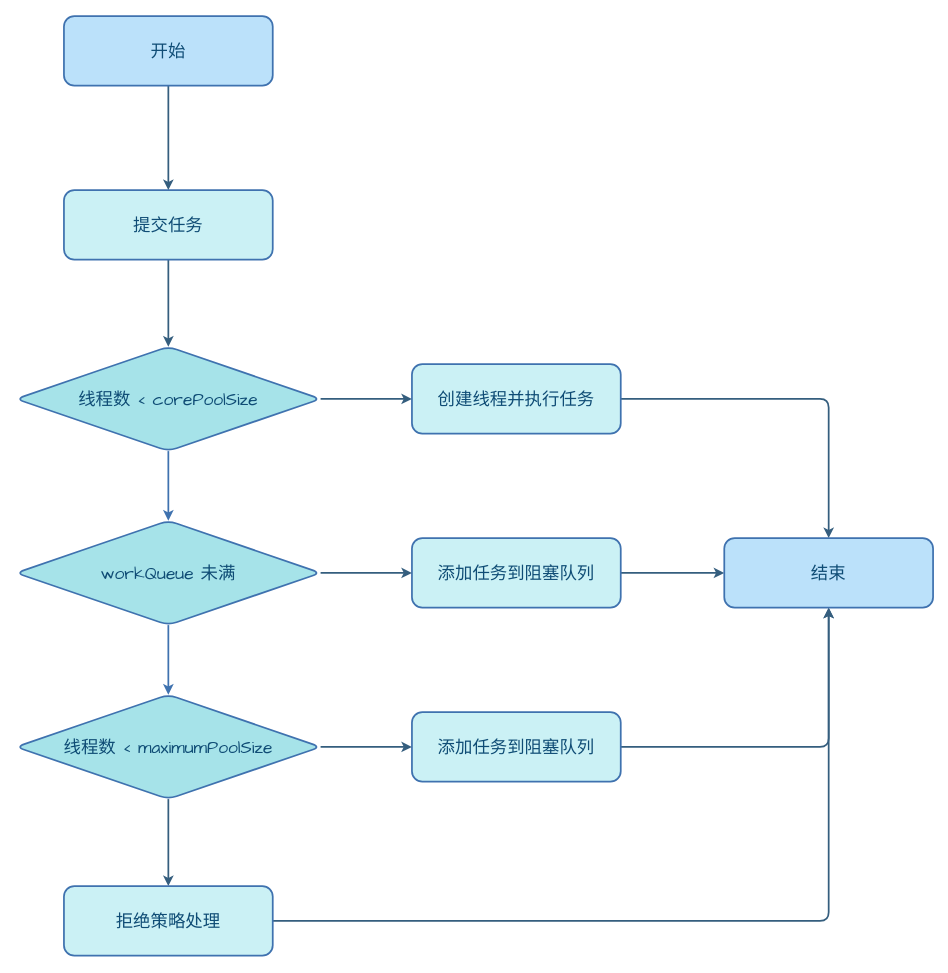
This is page "线程池流程控制" (1 of 2) of assets/Java/JavaCore/并发/Java并发之线程池.drawio from dunwu/waterdrop, a draw.io file, before an edit. Source tidied: cells renumbered, new cells numbered last; positions are measured from the earlier drawing's top-left corner, leaving out a move shared by most shapes. Both pictures are drawn from the tidied source at 87%, with x=0, y=0 at pixel (16, 16).
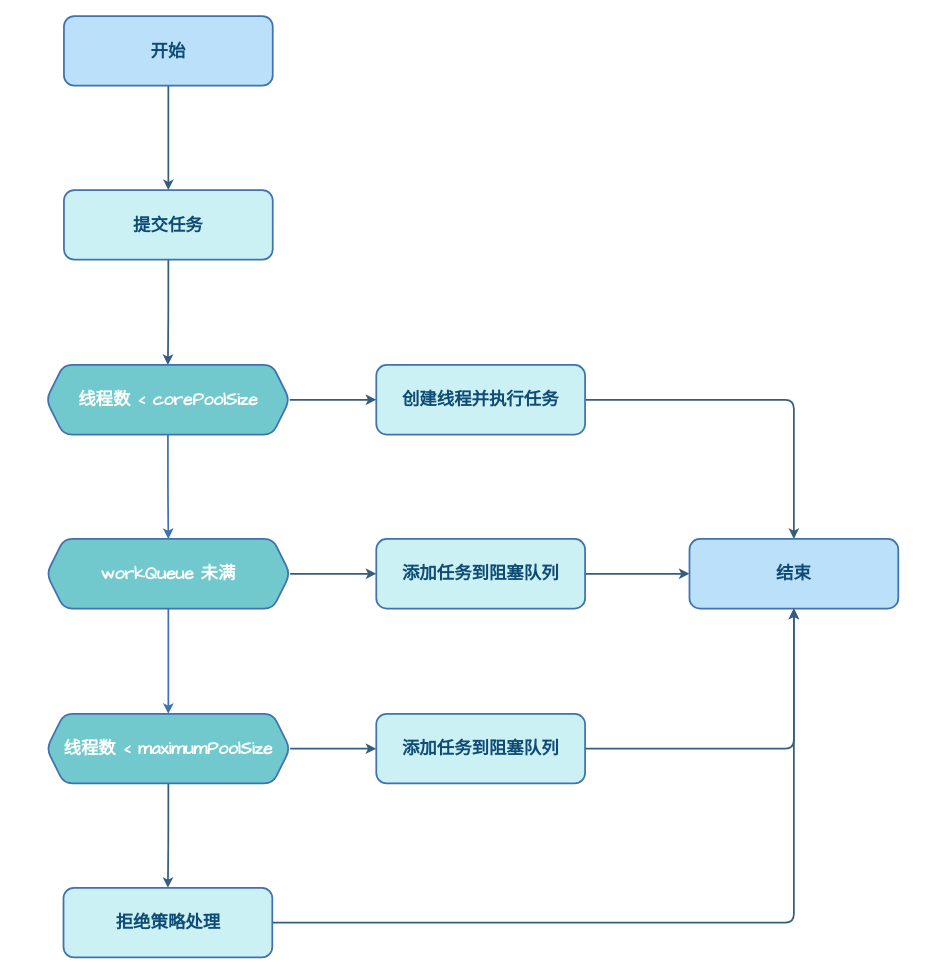
After the change.

The edit, as a diff of the source:
```diff
@@
-    <mxCell id="2" style="edgeStyle=orthogonalEdgeStyle;shape=connector;rounded=1;jettySize=auto;html=1;entryX=0.5;entryY=0;entryDx=0;entryDy=0;shadow=0;labelBackgroundColor=default;strokeColor=#355E7E;strokeWidth=2;align=center;verticalAlign=middle;fontFamily=Comic Sans MS;fontSize=20;fontColor=#0F4C75;endArrow=classic;" parent="1" edge="1" source="3" target="23">
+    <mxCell id="2" style="edgeStyle=orthogonalEdgeStyle;shape=connector;rounded=1;jettySize=auto;html=1;entryX=0.5;entryY=0;entryDx=0;entryDy=0;shadow=0;labelBackgroundColor=default;strokeColor=#355E7E;strokeWidth=2;align=center;verticalAlign=middle;fontFamily=Comic Sans MS;fontSize=20;fontColor=#0F4C75;endArrow=classic;fontStyle=1;" parent="1" edge="1" source="3" target="23">
       <mxGeometry relative="1" as="geometry" />
     </mxCell>
-    <mxCell id="3" value="创建线程并执行任务" style="rounded=1;whiteSpace=wrap;html=1;fillColor=#CBF1F5;strokeColor=#3F72AF;shadow=0;fontFamily=Comic Sans MS;fontStyle=0;fontSize=20;fontColor=#0F4C75;strokeWidth=2;" parent="1" vertex="1">
-      <mxGeometry x="455" y="400" width="240" height="80" as="geometry" />
+    <mxCell id="3" value="创建线程并执行任务" style="rounded=1;whiteSpace=wrap;html=1;fillColor=#CBF1F5;strokeColor=#3F72AF;shadow=0;fontFamily=Comic Sans MS;fontStyle=1;fontSize=20;fontColor=#0F4C75;strokeWidth=2;" parent="1" vertex="1">
+      <mxGeometry x="414" y="401" width="240" height="80" as="geometry" />
     </mxCell>
-    <mxCell id="4" style="edgeStyle=orthogonalEdgeStyle;shape=connector;rounded=1;jettySize=auto;html=1;shadow=0;labelBackgroundColor=default;strokeColor=#355E7E;strokeWidth=2;align=center;verticalAlign=middle;fontFamily=Comic Sans MS;fontSize=20;fontColor=#0F4C75;endArrow=classic;" parent="1" edge="1" source="5" target="23">
+    <mxCell id="4" style="edgeStyle=orthogonalEdgeStyle;shape=connector;rounded=1;jettySize=auto;html=1;shadow=0;labelBackgroundColor=default;strokeColor=#355E7E;strokeWidth=2;align=center;verticalAlign=middle;fontFamily=Comic Sans MS;fontSize=20;fontColor=#0F4C75;endArrow=classic;fontStyle=1;" parent="1" edge="1" source="5" target="23">
       <mxGeometry relative="1" as="geometry" />
     </mxCell>
-    <mxCell id="5" value="添加任务到阻塞队列" style="rounded=1;whiteSpace=wrap;html=1;fillColor=#CBF1F5;strokeColor=#3F72AF;shadow=0;fontFamily=Comic Sans MS;fontStyle=0;fontSize=20;fontColor=#0F4C75;strokeWidth=2;" parent="1" vertex="1">
-      <mxGeometry x="455" y="600" width="240" height="80" as="geometry" />
+    <mxCell id="5" value="添加任务到阻塞队列" style="rounded=1;whiteSpace=wrap;html=1;fillColor=#CBF1F5;strokeColor=#3F72AF;shadow=0;fontFamily=Comic Sans MS;fontStyle=1;fontSize=20;fontColor=#0F4C75;strokeWidth=2;" parent="1" vertex="1">
+      <mxGeometry x="414" y="601" width="240" height="80" as="geometry" />
     </mxCell>
-    <mxCell id="6" style="edgeStyle=orthogonalEdgeStyle;shape=connector;rounded=1;jettySize=auto;html=1;entryX=0.5;entryY=1;entryDx=0;entryDy=0;shadow=0;labelBackgroundColor=default;strokeColor=#355E7E;strokeWidth=2;align=center;verticalAlign=middle;fontFamily=Comic Sans MS;fontSize=20;fontColor=#0F4C75;endArrow=classic;" parent="1" edge="1" source="7" target="23">
+    <mxCell id="6" style="edgeStyle=orthogonalEdgeStyle;shape=connector;rounded=1;jettySize=auto;html=1;entryX=0.5;entryY=1;entryDx=0;entryDy=0;shadow=0;labelBackgroundColor=default;strokeColor=#355E7E;strokeWidth=2;align=center;verticalAlign=middle;fontFamily=Comic Sans MS;fontSize=20;fontColor=#0F4C75;endArrow=classic;fontStyle=1;" parent="1" edge="1" source="7" target="23">
       <mxGeometry relative="1" as="geometry" />
     </mxCell>
-    <mxCell id="7" value="添加任务到阻塞队列" style="rounded=1;whiteSpace=wrap;html=1;fillColor=#CBF1F5;strokeColor=#3F72AF;shadow=0;fontFamily=Comic Sans MS;fontStyle=0;fontSize=20;fontColor=#0F4C75;strokeWidth=2;" parent="1" vertex="1">
-      <mxGeometry x="455" y="800" width="240" height="80" as="geometry" />
+    <mxCell id="7" value="添加任务到阻塞队列" style="rounded=1;whiteSpace=wrap;html=1;fillColor=#CBF1F5;strokeColor=#3F72AF;shadow=0;fontFamily=Comic Sans MS;fontStyle=1;fontSize=20;fontColor=#0F4C75;strokeWidth=2;" parent="1" vertex="1">
+      <mxGeometry x="414" y="802" width="240" height="80" as="geometry" />
     </mxCell>
-    <mxCell id="8" style="edgeStyle=orthogonalEdgeStyle;shape=connector;rounded=1;jettySize=auto;html=1;shadow=0;labelBackgroundColor=default;strokeColor=#3F72AF;strokeWidth=2;align=center;verticalAlign=middle;fontFamily=Comic Sans MS;fontSize=20;fontColor=#0F4C75;endArrow=classic;" parent="1" edge="1" source="10" target="13">
+    <mxCell id="8" style="edgeStyle=orthogonalEdgeStyle;shape=connector;rounded=1;jettySize=auto;html=1;shadow=0;labelBackgroundColor=default;strokeColor=#3F72AF;strokeWidth=2;align=center;verticalAlign=middle;fontFamily=Comic Sans MS;fontSize=20;fontColor=#0F4C75;endArrow=classic;entryX=0.5;entryY=0;entryDx=0;entryDy=0;exitX=0.5;exitY=1;exitDx=0;exitDy=0;fontStyle=1;" parent="1" edge="1" source="10" target="13">
       <mxGeometry relative="1" as="geometry" />
     </mxCell>
-    <mxCell id="9" style="edgeStyle=orthogonalEdgeStyle;shape=connector;rounded=1;jettySize=auto;html=1;entryX=0;entryY=0.5;entryDx=0;entryDy=0;shadow=0;labelBackgroundColor=default;strokeColor=#355E7E;strokeWidth=2;align=center;verticalAlign=middle;fontFamily=Comic Sans MS;fontSize=20;fontColor=#0F4C75;endArrow=classic;" parent="1" edge="1" source="10" target="3">
+    <mxCell id="9" style="edgeStyle=orthogonalEdgeStyle;shape=connector;rounded=1;jettySize=auto;html=1;entryX=0;entryY=0.5;entryDx=0;entryDy=0;shadow=0;labelBackgroundColor=default;strokeColor=#355E7E;strokeWidth=2;align=center;verticalAlign=middle;fontFamily=Comic Sans MS;fontSize=20;fontColor=#0F4C75;endArrow=classic;fontStyle=1;exitX=1;exitY=0.5;exitDx=0;exitDy=0;" parent="1" edge="1" source="10" target="3">
       <mxGeometry relative="1" as="geometry" />
     </mxCell>
-    <mxCell id="10" value="线程数 &amp;lt; corePoolSize" style="rhombus;whiteSpace=wrap;html=1;rounded=1;shadow=0;strokeColor=#3F72AF;strokeWidth=2;align=center;verticalAlign=middle;fontFamily=Comic Sans MS;fontSize=20;fontColor=#0F4C75;fillColor=#A6E3E9;" parent="1" vertex="1">
-      <mxGeometry y="380" width="350" height="120" as="geometry" />
-    </mxCell>
-    <mxCell id="11" style="edgeStyle=orthogonalEdgeStyle;shape=connector;rounded=1;jettySize=auto;html=1;shadow=0;labelBackgroundColor=default;strokeColor=#3F72AF;strokeWidth=2;align=center;verticalAlign=middle;fontFamily=Comic Sans MS;fontSize=20;fontColor=#0F4C75;endArrow=classic;" parent="1" edge="1" source="13" target="16">
+    <mxCell id="11" style="edgeStyle=orthogonalEdgeStyle;shape=connector;rounded=1;jettySize=auto;html=1;shadow=0;labelBackgroundColor=default;strokeColor=#3F72AF;strokeWidth=2;align=center;verticalAlign=middle;fontFamily=Comic Sans MS;fontSize=20;fontColor=#0F4C75;endArrow=classic;exitX=0.5;exitY=1;exitDx=0;exitDy=0;entryX=0.5;entryY=0;entryDx=0;entryDy=0;fontStyle=1;" parent="1" edge="1" source="13" target="16">
       <mxGeometry relative="1" as="geometry" />
     </mxCell>
-    <mxCell id="12" style="edgeStyle=orthogonalEdgeStyle;shape=connector;rounded=1;jettySize=auto;html=1;entryX=0;entryY=0.5;entryDx=0;entryDy=0;shadow=0;labelBackgroundColor=default;strokeColor=#355E7E;strokeWidth=2;align=center;verticalAlign=middle;fontFamily=Comic Sans MS;fontSize=20;fontColor=#0F4C75;endArrow=classic;" parent="1" edge="1" source="13" target="5">
+    <mxCell id="12" style="edgeStyle=orthogonalEdgeStyle;shape=connector;rounded=1;jettySize=auto;html=1;entryX=0;entryY=0.5;entryDx=0;entryDy=0;shadow=0;labelBackgroundColor=default;strokeColor=#355E7E;strokeWidth=2;align=center;verticalAlign=middle;fontFamily=Comic Sans MS;fontSize=20;fontColor=#0F4C75;endArrow=classic;fontStyle=1;exitX=1;exitY=0.5;exitDx=0;exitDy=0;" parent="1" edge="1" source="13" target="5">
       <mxGeometry relative="1" as="geometry" />
     </mxCell>
-    <mxCell id="13" value="workQueue 未满" style="rhombus;whiteSpace=wrap;html=1;rounded=1;shadow=0;strokeColor=#3F72AF;strokeWidth=2;align=center;verticalAlign=middle;fontFamily=Comic Sans MS;fontSize=20;fontColor=#0F4C75;fillColor=#A6E3E9;" parent="1" vertex="1">
-      <mxGeometry y="580" width="350" height="120" as="geometry" />
-    </mxCell>
-    <mxCell id="14" style="edgeStyle=orthogonalEdgeStyle;shape=connector;rounded=1;jettySize=auto;html=1;entryX=0.5;entryY=0;entryDx=0;entryDy=0;shadow=0;labelBackgroundColor=default;strokeColor=#355E7E;strokeWidth=2;align=center;verticalAlign=middle;fontFamily=Comic Sans MS;fontSize=20;fontColor=#0F4C75;endArrow=classic;" parent="1" edge="1" source="16" target="22">
+    <mxCell id="14" style="edgeStyle=orthogonalEdgeStyle;shape=connector;rounded=1;jettySize=auto;html=1;entryX=0.5;entryY=0;entryDx=0;entryDy=0;shadow=0;labelBackgroundColor=default;strokeColor=#355E7E;strokeWidth=2;align=center;verticalAlign=middle;fontFamily=Comic Sans MS;fontSize=20;fontColor=#0F4C75;endArrow=classic;exitX=0.5;exitY=1;exitDx=0;exitDy=0;fontStyle=1;" parent="1" edge="1" source="16" target="22">
       <mxGeometry relative="1" as="geometry" />
     </mxCell>
-    <mxCell id="15" style="edgeStyle=orthogonalEdgeStyle;shape=connector;rounded=1;jettySize=auto;html=1;entryX=0;entryY=0.5;entryDx=0;entryDy=0;shadow=0;labelBackgroundColor=default;strokeColor=#355E7E;strokeWidth=2;align=center;verticalAlign=middle;fontFamily=Comic Sans MS;fontSize=20;fontColor=#0F4C75;endArrow=classic;" parent="1" edge="1" source="16" target="7">
+    <mxCell id="15" style="edgeStyle=orthogonalEdgeStyle;shape=connector;rounded=1;jettySize=auto;html=1;entryX=0;entryY=0.5;entryDx=0;entryDy=0;shadow=0;labelBackgroundColor=default;strokeColor=#355E7E;strokeWidth=2;align=center;verticalAlign=middle;fontFamily=Comic Sans MS;fontSize=20;fontColor=#0F4C75;endArrow=classic;fontStyle=1;exitX=1;exitY=0.5;exitDx=0;exitDy=0;" parent="1" edge="1" source="16" target="7">
       <mxGeometry relative="1" as="geometry" />
     </mxCell>
-    <mxCell id="16" value="线程数 &amp;lt; maximumPoolSize" style="rhombus;whiteSpace=wrap;html=1;rounded=1;shadow=0;strokeColor=#3F72AF;strokeWidth=2;align=center;verticalAlign=middle;fontFamily=Comic Sans MS;fontSize=20;fontColor=#0F4C75;fillColor=#A6E3E9;" parent="1" vertex="1">
-      <mxGeometry y="780" width="350" height="120" as="geometry" />
-    </mxCell>
-    <mxCell id="17" style="edgeStyle=orthogonalEdgeStyle;shape=connector;rounded=1;jettySize=auto;html=1;shadow=0;labelBackgroundColor=default;strokeColor=#355E7E;strokeWidth=2;align=center;verticalAlign=middle;fontFamily=Comic Sans MS;fontSize=20;fontColor=#0F4C75;endArrow=classic;" parent="1" edge="1" source="18" target="10">
+    <mxCell id="17" style="edgeStyle=orthogonalEdgeStyle;shape=connector;rounded=1;jettySize=auto;html=1;shadow=0;labelBackgroundColor=default;strokeColor=#355E7E;strokeWidth=2;align=center;verticalAlign=middle;fontFamily=Comic Sans MS;fontSize=20;fontColor=#0F4C75;endArrow=classic;entryX=0.5;entryY=0;entryDx=0;entryDy=0;fontStyle=1;" parent="1" edge="1" source="18" target="10">
       <mxGeometry relative="1" as="geometry" />
     </mxCell>
-    <mxCell id="18" value="提交任务" style="rounded=1;whiteSpace=wrap;html=1;fillColor=#CBF1F5;strokeColor=#3F72AF;shadow=0;fontFamily=Comic Sans MS;fontStyle=0;fontSize=20;fontColor=#0F4C75;strokeWidth=2;" parent="1" vertex="1">
+    <mxCell id="18" value="提交任务" style="rounded=1;whiteSpace=wrap;html=1;fillColor=#CBF1F5;strokeColor=#3F72AF;shadow=0;fontFamily=Comic Sans MS;fontStyle=1;fontSize=20;fontColor=#0F4C75;strokeWidth=2;" parent="1" vertex="1">
       <mxGeometry x="55" y="200" width="240" height="80" as="geometry" />
     </mxCell>
-    <mxCell id="19" style="edgeStyle=orthogonalEdgeStyle;shape=connector;rounded=1;jettySize=auto;html=1;shadow=0;labelBackgroundColor=default;strokeColor=#355E7E;strokeWidth=2;align=center;verticalAlign=middle;fontFamily=Comic Sans MS;fontSize=20;fontColor=#0F4C75;endArrow=classic;" parent="1" edge="1" source="20" target="18">
+    <mxCell id="19" style="edgeStyle=orthogonalEdgeStyle;shape=connector;rounded=1;jettySize=auto;html=1;shadow=0;labelBackgroundColor=default;strokeColor=#355E7E;strokeWidth=2;align=center;verticalAlign=middle;fontFamily=Comic Sans MS;fontSize=20;fontColor=#0F4C75;endArrow=classic;fontStyle=1;" parent="1" edge="1" source="20" target="18">
       <mxGeometry relative="1" as="geometry" />
     </mxCell>
-    <mxCell id="20" value="开始" style="rounded=1;whiteSpace=wrap;html=1;fillColor=#BBE1FA;strokeColor=#3F72AF;shadow=0;fontFamily=Comic Sans MS;fontStyle=0;fontSize=20;fontColor=#0F4C75;strokeWidth=2;" parent="1" vertex="1">
+    <mxCell id="20" value="开始" style="rounded=1;whiteSpace=wrap;html=1;fillColor=#BBE1FA;strokeColor=#3F72AF;shadow=0;fontFamily=Comic Sans MS;fontStyle=1;fontSize=20;fontColor=#0F4C75;strokeWidth=2;" parent="1" vertex="1">
       <mxGeometry x="55" width="240" height="80" as="geometry" />
     </mxCell>
-    <mxCell id="21" style="edgeStyle=orthogonalEdgeStyle;shape=connector;rounded=1;jettySize=auto;html=1;entryX=0.5;entryY=1;entryDx=0;entryDy=0;shadow=0;labelBackgroundColor=default;strokeColor=#355E7E;strokeWidth=2;align=center;verticalAlign=middle;fontFamily=Comic Sans MS;fontSize=20;fontColor=#0F4C75;endArrow=classic;" parent="1" edge="1" source="22" target="23">
+    <mxCell id="21" style="edgeStyle=orthogonalEdgeStyle;shape=connector;rounded=1;jettySize=auto;html=1;entryX=0.5;entryY=1;entryDx=0;entryDy=0;shadow=0;labelBackgroundColor=default;strokeColor=#355E7E;strokeWidth=2;align=center;verticalAlign=middle;fontFamily=Comic Sans MS;fontSize=20;fontColor=#0F4C75;endArrow=classic;fontStyle=1;" parent="1" edge="1" source="22" target="23">
       <mxGeometry relative="1" as="geometry" />
     </mxCell>
-    <mxCell id="22" value="拒绝策略处理" style="rounded=1;whiteSpace=wrap;html=1;fillColor=#CBF1F5;strokeColor=#3F72AF;shadow=0;fontFamily=Comic Sans MS;fontStyle=0;fontSize=20;fontColor=#0F4C75;strokeWidth=2;" parent="1" vertex="1">
-      <mxGeometry x="55" y="1000" width="240" height="80" as="geometry" />
+    <mxCell id="22" value="拒绝策略处理" style="rounded=1;whiteSpace=wrap;html=1;fillColor=#CBF1F5;strokeColor=#3F72AF;shadow=0;fontFamily=Comic Sans MS;fontStyle=1;fontSize=20;fontColor=#0F4C75;strokeWidth=2;" parent="1" vertex="1">
+      <mxGeometry x="54.5" y="1002" width="240" height="80" as="geometry" />
     </mxCell>
-    <mxCell id="23" value="结束" style="rounded=1;whiteSpace=wrap;html=1;fillColor=#BBE1FA;strokeColor=#3F72AF;shadow=0;fontFamily=Comic Sans MS;fontStyle=0;fontSize=20;fontColor=#0F4C75;strokeWidth=2;" parent="1" vertex="1">
-      <mxGeometry x="814" y="600" width="240" height="80" as="geometry" />
+    <mxCell id="23" value="结束" style="rounded=1;whiteSpace=wrap;html=1;fillColor=#BBE1FA;strokeColor=#3F72AF;shadow=0;fontFamily=Comic Sans MS;fontStyle=1;fontSize=20;fontColor=#0F4C75;strokeWidth=2;" parent="1" vertex="1">
+      <mxGeometry x="774" y="601" width="240" height="80" as="geometry" />
     </mxCell>
+    <mxCell id="10" value="线程数 &amp;lt; corePoolSize" style="shape=hexagon;perimeter=hexagonPerimeter2;whiteSpace=wrap;html=1;fixedSize=1;rounded=1;shadow=0;strokeColor=#3F72AF;strokeWidth=2;align=center;verticalAlign=middle;fontFamily=Comic Sans MS;fontSize=20;fontColor=#FFFFFF;fillColor=#71C9CE;fontStyle=1;" parent="1" vertex="1">
+      <mxGeometry x="34.5" y="401" width="280" height="80" as="geometry" />
+    </mxCell>
+    <mxCell id="13" value="workQueue 未满" style="shape=hexagon;perimeter=hexagonPerimeter2;whiteSpace=wrap;html=1;fixedSize=1;rounded=1;shadow=0;strokeColor=#3F72AF;strokeWidth=2;align=center;verticalAlign=middle;fontFamily=Comic Sans MS;fontSize=20;fontColor=#FFFFFF;fillColor=#71C9CE;fontStyle=1;" parent="1" vertex="1">
+      <mxGeometry x="35" y="601" width="280" height="80" as="geometry" />
+    </mxCell>
+    <mxCell id="16" value="线程数 &amp;lt; maximumPoolSize" style="shape=hexagon;perimeter=hexagonPerimeter2;whiteSpace=wrap;html=1;fixedSize=1;rounded=1;shadow=0;strokeColor=#3F72AF;strokeWidth=2;align=center;verticalAlign=middle;fontFamily=Comic Sans MS;fontSize=20;fontColor=#FFFFFF;fillColor=#71C9CE;fontStyle=1;" parent="1" vertex="1">
+      <mxGeometry x="35" y="802" width="280" height="80" as="geometry" />
+    </mxCell>
```
